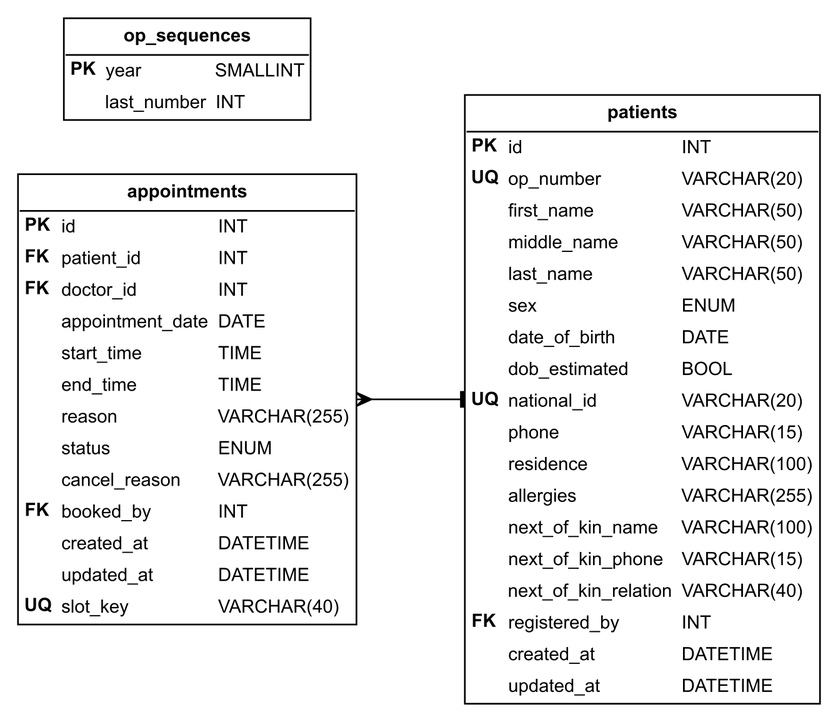
Earlier version of the Graphviz export docs/figures/erd_m1.png (WAIYAH/ub-hms). Its source is kept beside it as docs/build/diagrams_src/erd_m1.dot. Its diagram source:
```dot
digraph erd_m1 {
  graph [fontname="Arial", fontsize=12, bgcolor="white", pad="0.15"];
  node  [fontname="Arial", fontsize=11, color="black", fontcolor="black"];
  edge  [fontname="Arial", fontsize=10, color="black", fontcolor="black", arrowsize=0.9];
  rankdir=LR; nodesep=0.45; ranksep=0.9;
  patients [shape=none, margin=0, label=<<TABLE BORDER="1" CELLBORDER="0" CELLSPACING="0" CELLPADDING="3"><TR><TD COLSPAN="3" SIDES="B" BORDER="1" ALIGN="CENTER"><B>patients</B></TD></TR><TR><TD ALIGN="LEFT"><B>PK</B></TD><TD ALIGN="LEFT">id</TD><TD ALIGN="LEFT">INT</TD></TR><TR><TD ALIGN="LEFT"><B>UQ</B></TD><TD ALIGN="LEFT">op_number</TD><TD ALIGN="LEFT">VARCHAR(20)</TD></TR><TR><TD ALIGN="LEFT">&nbsp;</TD><TD ALIGN="LEFT">first_name</TD><TD ALIGN="LEFT">VARCHAR(50)</TD></TR><TR><TD ALIGN="LEFT">&nbsp;</TD><TD ALIGN="LEFT">middle_name</TD><TD ALIGN="LEFT">VARCHAR(50)</TD></TR><TR><TD ALIGN="LEFT">&nbsp;</TD><TD ALIGN="LEFT">last_name</TD><TD ALIGN="LEFT">VARCHAR(50)</TD></TR><TR><TD ALIGN="LEFT">&nbsp;</TD><TD ALIGN="LEFT">sex</TD><TD ALIGN="LEFT">ENUM</TD></TR><TR><TD ALIGN="LEFT">&nbsp;</TD><TD ALIGN="LEFT">date_of_birth</TD><TD ALIGN="LEFT">DATE</TD></TR><TR><TD ALIGN="LEFT">&nbsp;</TD><TD ALIGN="LEFT">dob_estimated</TD><TD ALIGN="LEFT">BOOL</TD></TR><TR><TD ALIGN="LEFT"><B>UQ</B></TD><TD ALIGN="LEFT">national_id</TD><TD ALIGN="LEFT">VARCHAR(20)</TD></TR><TR><TD ALIGN="LEFT">&nbsp;</TD><TD ALIGN="LEFT">phone</TD><TD ALIGN="LEFT">VARCHAR(15)</TD></TR><TR><TD ALIGN="LEFT">&nbsp;</TD><TD ALIGN="LEFT">residence</TD><TD ALIGN="LEFT">VARCHAR(100)</TD></TR><TR><TD ALIGN="LEFT">&nbsp;</TD><TD ALIGN="LEFT">allergies</TD><TD ALIGN="LEFT">VARCHAR(255)</TD></TR><TR><TD ALIGN="LEFT">&nbsp;</TD><TD ALIGN="LEFT">next_of_kin_name</TD><TD ALIGN="LEFT">VARCHAR(100)</TD></TR><TR><TD ALIGN="LEFT">&nbsp;</TD><TD ALIGN="LEFT">next_of_kin_phone</TD><TD ALIGN="LEFT">VARCHAR(15)</TD></TR><TR><TD ALIGN="LEFT">&nbsp;</TD><TD ALIGN="LEFT">next_of_kin_relation</TD><TD ALIGN="LEFT">VARCHAR(40)</TD></TR><TR><TD ALIGN="LEFT"><B>FK</B></TD><TD ALIGN="LEFT">registered_by</TD><TD ALIGN="LEFT">INT</TD></TR><TR><TD ALIGN="LEFT">&nbsp;</TD><TD ALIGN="LEFT">created_at</TD><TD ALIGN="LEFT">DATETIME</TD></TR><TR><TD ALIGN="LEFT">&nbsp;</TD><TD ALIGN="LEFT">updated_at</TD><TD ALIGN="LEFT">DATETIME</TD></TR></TABLE>>];
  op_sequences [shape=none, margin=0, label=<<TABLE BORDER="1" CELLBORDER="0" CELLSPACING="0" CELLPADDING="3"><TR><TD COLSPAN="3" SIDES="B" BORDER="1" ALIGN="CENTER"><B>op_sequences</B></TD></TR><TR><TD ALIGN="LEFT"><B>PK</B></TD><TD ALIGN="LEFT">year</TD><TD ALIGN="LEFT">SMALLINT</TD></TR><TR><TD ALIGN="LEFT">&nbsp;</TD><TD ALIGN="LEFT">last_number</TD><TD ALIGN="LEFT">INT</TD></TR></TABLE>>];
  appointments [shape=none, margin=0, label=<<TABLE BORDER="1" CELLBORDER="0" CELLSPACING="0" CELLPADDING="3"><TR><TD COLSPAN="3" SIDES="B" BORDER="1" ALIGN="CENTER"><B>appointments</B></TD></TR><TR><TD ALIGN="LEFT"><B>PK</B></TD><TD ALIGN="LEFT">id</TD><TD ALIGN="LEFT">INT</TD></TR><TR><TD ALIGN="LEFT"><B>FK</B></TD><TD ALIGN="LEFT">patient_id</TD><TD ALIGN="LEFT">INT</TD></TR><TR><TD ALIGN="LEFT"><B>FK</B></TD><TD ALIGN="LEFT">doctor_id</TD><TD ALIGN="LEFT">INT</TD></TR><TR><TD ALIGN="LEFT">&nbsp;</TD><TD ALIGN="LEFT">appointment_date</TD><TD ALIGN="LEFT">DATE</TD></TR><TR><TD ALIGN="LEFT">&nbsp;</TD><TD ALIGN="LEFT">start_time</TD><TD ALIGN="LEFT">TIME</TD></TR><TR><TD ALIGN="LEFT">&nbsp;</TD><TD ALIGN="LEFT">end_time</TD><TD ALIGN="LEFT">TIME</TD></TR><TR><TD ALIGN="LEFT">&nbsp;</TD><TD ALIGN="LEFT">reason</TD><TD ALIGN="LEFT">VARCHAR(255)</TD></TR><TR><TD ALIGN="LEFT">&nbsp;</TD><TD ALIGN="LEFT">status</TD><TD ALIGN="LEFT">ENUM</TD></TR><TR><TD ALIGN="LEFT">&nbsp;</TD><TD ALIGN="LEFT">cancel_reason</TD><TD ALIGN="LEFT">VARCHAR(255)</TD></TR><TR><TD ALIGN="LEFT"><B>FK</B></TD><TD ALIGN="LEFT">booked_by</TD><TD ALIGN="LEFT">INT</TD></TR><TR><TD ALIGN="LEFT">&nbsp;</TD><TD ALIGN="LEFT">created_at</TD><TD ALIGN="LEFT">DATETIME</TD></TR><TR><TD ALIGN="LEFT">&nbsp;</TD><TD ALIGN="LEFT">updated_at</TD><TD ALIGN="LEFT">DATETIME</TD></TR><TR><TD ALIGN="LEFT"><B>UQ</B></TD><TD ALIGN="LEFT">slot_key</TD><TD ALIGN="LEFT">VARCHAR(40)</TD></TR></TABLE>>];
  appointments -> patients [arrowtail=crow, arrowhead=tee, dir=both];
}
```
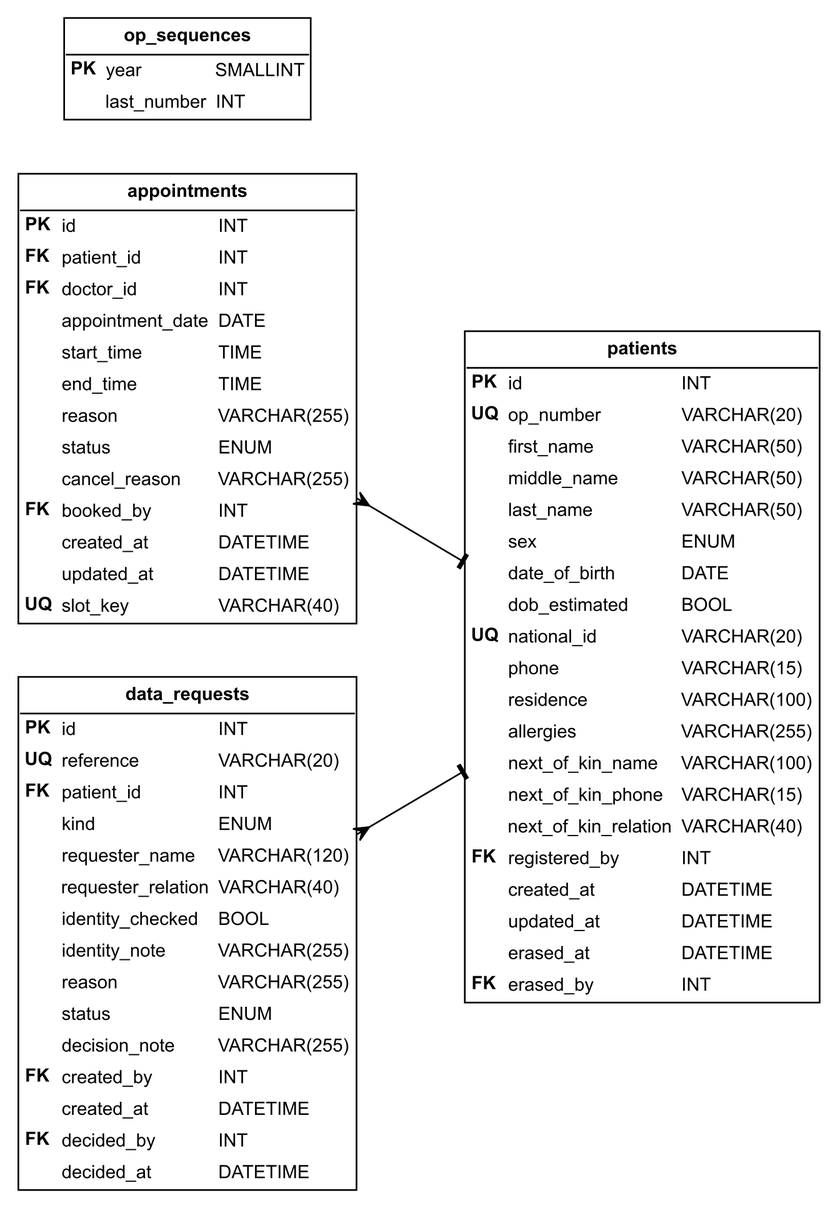
After the commit.

The edit, as a diff of the source:
```diff
@@ -3,8 +3,10 @@
   node  [fontname="Arial", fontsize=11, color="black", fontcolor="black"];
   edge  [fontname="Arial", fontsize=10, color="black", fontcolor="black", arrowsize=0.9];
   rankdir=LR; nodesep=0.45; ranksep=0.9;
-  patients [shape=none, margin=0, label=<<TABLE BORDER="1" CELLBORDER="0" CELLSPACING="0" CELLPADDING="3"><TR><TD COLSPAN="3" SIDES="B" BORDER="1" ALIGN="CENTER"><B>patients</B></TD></TR><TR><TD ALIGN="LEFT"><B>PK</B></TD><TD ALIGN="LEFT">id</TD><TD ALIGN="LEFT">INT</TD></TR><TR><TD ALIGN="LEFT"><B>UQ</B></TD><TD ALIGN="LEFT">op_number</TD><TD ALIGN="LEFT">VARCHAR(20)</TD></TR><TR><TD ALIGN="LEFT">&nbsp;</TD><TD ALIGN="LEFT">first_name</TD><TD ALIGN="LEFT">VARCHAR(50)</TD></TR><TR><TD ALIGN="LEFT">&nbsp;</TD><TD ALIGN="LEFT">middle_name</TD><TD ALIGN="LEFT">VARCHAR(50)</TD></TR><TR><TD ALIGN="LEFT">&nbsp;</TD><TD ALIGN="LEFT">last_name</TD><TD ALIGN="LEFT">VARCHAR(50)</TD></TR><TR><TD ALIGN="LEFT">&nbsp;</TD><TD ALIGN="LEFT">sex</TD><TD ALIGN="LEFT">ENUM</TD></TR><TR><TD ALIGN="LEFT">&nbsp;</TD><TD ALIGN="LEFT">date_of_birth</TD><TD ALIGN="LEFT">DATE</TD></TR><TR><TD ALIGN="LEFT">&nbsp;</TD><TD ALIGN="LEFT">dob_estimated</TD><TD ALIGN="LEFT">BOOL</TD></TR><TR><TD ALIGN="LEFT"><B>UQ</B></TD><TD ALIGN="LEFT">national_id</TD><TD ALIGN="LEFT">VARCHAR(20)</TD></TR><TR><TD ALIGN="LEFT">&nbsp;</TD><TD ALIGN="LEFT">phone</TD><TD ALIGN="LEFT">VARCHAR(15)</TD></TR><TR><TD ALIGN="LEFT">&nbsp;</TD><TD ALIGN="LEFT">residence</TD><TD ALIGN="LEFT">VARCHAR(100)</TD></TR><TR><TD ALIGN="LEFT">&nbsp;</TD><TD ALIGN="LEFT">allergies</TD><TD ALIGN="LEFT">VARCHAR(255)</TD></TR><TR><TD ALIGN="LEFT">&nbsp;</TD><TD ALIGN="LEFT">next_of_kin_name</TD><TD ALIGN="LEFT">VARCHAR(100)</TD></TR><TR><TD ALIGN="LEFT">&nbsp;</TD><TD ALIGN="LEFT">next_of_kin_phone</TD><TD ALIGN="LEFT">VARCHAR(15)</TD></TR><TR><TD ALIGN="LEFT">&nbsp;</TD><TD ALIGN="LEFT">next_of_kin_relation</TD><TD ALIGN="LEFT">VARCHAR(40)</TD></TR><TR><TD ALIGN="LEFT"><B>FK</B></TD><TD ALIGN="LEFT">registered_by</TD><TD ALIGN="LEFT">INT</TD></TR><TR><TD ALIGN="LEFT">&nbsp;</TD><TD ALIGN="LEFT">created_at</TD><TD ALIGN="LEFT">DATETIME</TD></TR><TR><TD ALIGN="LEFT">&nbsp;</TD><TD ALIGN="LEFT">updated_at</TD><TD ALIGN="LEFT">DATETIME</TD></TR></TABLE>>];
+  patients [shape=none, margin=0, label=<<TABLE BORDER="1" CELLBORDER="0" CELLSPACING="0" CELLPADDING="3"><TR><TD COLSPAN="3" SIDES="B" BORDER="1" ALIGN="CENTER"><B>patients</B></TD></TR><TR><TD ALIGN="LEFT"><B>PK</B></TD><TD ALIGN="LEFT">id</TD><TD ALIGN="LEFT">INT</TD></TR><TR><TD ALIGN="LEFT"><B>UQ</B></TD><TD ALIGN="LEFT">op_number</TD><TD ALIGN="LEFT">VARCHAR(20)</TD></TR><TR><TD ALIGN="LEFT">&nbsp;</TD><TD ALIGN="LEFT">first_name</TD><TD ALIGN="LEFT">VARCHAR(50)</TD></TR><TR><TD ALIGN="LEFT">&nbsp;</TD><TD ALIGN="LEFT">middle_name</TD><TD ALIGN="LEFT">VARCHAR(50)</TD></TR><TR><TD ALIGN="LEFT">&nbsp;</TD><TD ALIGN="LEFT">last_name</TD><TD ALIGN="LEFT">VARCHAR(50)</TD></TR><TR><TD ALIGN="LEFT">&nbsp;</TD><TD ALIGN="LEFT">sex</TD><TD ALIGN="LEFT">ENUM</TD></TR><TR><TD ALIGN="LEFT">&nbsp;</TD><TD ALIGN="LEFT">date_of_birth</TD><TD ALIGN="LEFT">DATE</TD></TR><TR><TD ALIGN="LEFT">&nbsp;</TD><TD ALIGN="LEFT">dob_estimated</TD><TD ALIGN="LEFT">BOOL</TD></TR><TR><TD ALIGN="LEFT"><B>UQ</B></TD><TD ALIGN="LEFT">national_id</TD><TD ALIGN="LEFT">VARCHAR(20)</TD></TR><TR><TD ALIGN="LEFT">&nbsp;</TD><TD ALIGN="LEFT">phone</TD><TD ALIGN="LEFT">VARCHAR(15)</TD></TR><TR><TD ALIGN="LEFT">&nbsp;</TD><TD ALIGN="LEFT">residence</TD><TD ALIGN="LEFT">VARCHAR(100)</TD></TR><TR><TD ALIGN="LEFT">&nbsp;</TD><TD ALIGN="LEFT">allergies</TD><TD ALIGN="LEFT">VARCHAR(255)</TD></TR><TR><TD ALIGN="LEFT">&nbsp;</TD><TD ALIGN="LEFT">next_of_kin_name</TD><TD ALIGN="LEFT">VARCHAR(100)</TD></TR><TR><TD ALIGN="LEFT">&nbsp;</TD><TD ALIGN="LEFT">next_of_kin_phone</TD><TD ALIGN="LEFT">VARCHAR(15)</TD></TR><TR><TD ALIGN="LEFT">&nbsp;</TD><TD ALIGN="LEFT">next_of_kin_relation</TD><TD ALIGN="LEFT">VARCHAR(40)</TD></TR><TR><TD ALIGN="LEFT"><B>FK</B></TD><TD ALIGN="LEFT">registered_by</TD><TD ALIGN="LEFT">INT</TD></TR><TR><TD ALIGN="LEFT">&nbsp;</TD><TD ALIGN="LEFT">created_at</TD><TD ALIGN="LEFT">DATETIME</TD></TR><TR><TD ALIGN="LEFT">&nbsp;</TD><TD ALIGN="LEFT">updated_at</TD><TD ALIGN="LEFT">DATETIME</TD></TR><TR><TD ALIGN="LEFT">&nbsp;</TD><TD ALIGN="LEFT">erased_at</TD><TD ALIGN="LEFT">DATETIME</TD></TR><TR><TD ALIGN="LEFT"><B>FK</B></TD><TD ALIGN="LEFT">erased_by</TD><TD ALIGN="LEFT">INT</TD></TR></TABLE>>];
   op_sequences [shape=none, margin=0, label=<<TABLE BORDER="1" CELLBORDER="0" CELLSPACING="0" CELLPADDING="3"><TR><TD COLSPAN="3" SIDES="B" BORDER="1" ALIGN="CENTER"><B>op_sequences</B></TD></TR><TR><TD ALIGN="LEFT"><B>PK</B></TD><TD ALIGN="LEFT">year</TD><TD ALIGN="LEFT">SMALLINT</TD></TR><TR><TD ALIGN="LEFT">&nbsp;</TD><TD ALIGN="LEFT">last_number</TD><TD ALIGN="LEFT">INT</TD></TR></TABLE>>];
   appointments [shape=none, margin=0, label=<<TABLE BORDER="1" CELLBORDER="0" CELLSPACING="0" CELLPADDING="3"><TR><TD COLSPAN="3" SIDES="B" BORDER="1" ALIGN="CENTER"><B>appointments</B></TD></TR><TR><TD ALIGN="LEFT"><B>PK</B></TD><TD ALIGN="LEFT">id</TD><TD ALIGN="LEFT">INT</TD></TR><TR><TD ALIGN="LEFT"><B>FK</B></TD><TD ALIGN="LEFT">patient_id</TD><TD ALIGN="LEFT">INT</TD></TR><TR><TD ALIGN="LEFT"><B>FK</B></TD><TD ALIGN="LEFT">doctor_id</TD><TD ALIGN="LEFT">INT</TD></TR><TR><TD ALIGN="LEFT">&nbsp;</TD><TD ALIGN="LEFT">appointment_date</TD><TD ALIGN="LEFT">DATE</TD></TR><TR><TD ALIGN="LEFT">&nbsp;</TD><TD ALIGN="LEFT">start_time</TD><TD ALIGN="LEFT">TIME</TD></TR><TR><TD ALIGN="LEFT">&nbsp;</TD><TD ALIGN="LEFT">end_time</TD><TD ALIGN="LEFT">TIME</TD></TR><TR><TD ALIGN="LEFT">&nbsp;</TD><TD ALIGN="LEFT">reason</TD><TD ALIGN="LEFT">VARCHAR(255)</TD></TR><TR><TD ALIGN="LEFT">&nbsp;</TD><TD ALIGN="LEFT">status</TD><TD ALIGN="LEFT">ENUM</TD></TR><TR><TD ALIGN="LEFT">&nbsp;</TD><TD ALIGN="LEFT">cancel_reason</TD><TD ALIGN="LEFT">VARCHAR(255)</TD></TR><TR><TD ALIGN="LEFT"><B>FK</B></TD><TD ALIGN="LEFT">booked_by</TD><TD ALIGN="LEFT">INT</TD></TR><TR><TD ALIGN="LEFT">&nbsp;</TD><TD ALIGN="LEFT">created_at</TD><TD ALIGN="LEFT">DATETIME</TD></TR><TR><TD ALIGN="LEFT">&nbsp;</TD><TD ALIGN="LEFT">updated_at</TD><TD ALIGN="LEFT">DATETIME</TD></TR><TR><TD ALIGN="LEFT"><B>UQ</B></TD><TD ALIGN="LEFT">slot_key</TD><TD ALIGN="LEFT">VARCHAR(40)</TD></TR></TABLE>>];
+  data_requests [shape=none, margin=0, label=<<TABLE BORDER="1" CELLBORDER="0" CELLSPACING="0" CELLPADDING="3"><TR><TD COLSPAN="3" SIDES="B" BORDER="1" ALIGN="CENTER"><B>data_requests</B></TD></TR><TR><TD ALIGN="LEFT"><B>PK</B></TD><TD ALIGN="LEFT">id</TD><TD ALIGN="LEFT">INT</TD></TR><TR><TD ALIGN="LEFT"><B>UQ</B></TD><TD ALIGN="LEFT">reference</TD><TD ALIGN="LEFT">VARCHAR(20)</TD></TR><TR><TD ALIGN="LEFT"><B>FK</B></TD><TD ALIGN="LEFT">patient_id</TD><TD ALIGN="LEFT">INT</TD></TR><TR><TD ALIGN="LEFT">&nbsp;</TD><TD ALIGN="LEFT">kind</TD><TD ALIGN="LEFT">ENUM</TD></TR><TR><TD ALIGN="LEFT">&nbsp;</TD><TD ALIGN="LEFT">requester_name</TD><TD ALIGN="LEFT">VARCHAR(120)</TD></TR><TR><TD ALIGN="LEFT">&nbsp;</TD><TD ALIGN="LEFT">requester_relation</TD><TD ALIGN="LEFT">VARCHAR(40)</TD></TR><TR><TD ALIGN="LEFT">&nbsp;</TD><TD ALIGN="LEFT">identity_checked</TD><TD ALIGN="LEFT">BOOL</TD></TR><TR><TD ALIGN="LEFT">&nbsp;</TD><TD ALIGN="LEFT">identity_note</TD><TD ALIGN="LEFT">VARCHAR(255)</TD></TR><TR><TD ALIGN="LEFT">&nbsp;</TD><TD ALIGN="LEFT">reason</TD><TD ALIGN="LEFT">VARCHAR(255)</TD></TR><TR><TD ALIGN="LEFT">&nbsp;</TD><TD ALIGN="LEFT">status</TD><TD ALIGN="LEFT">ENUM</TD></TR><TR><TD ALIGN="LEFT">&nbsp;</TD><TD ALIGN="LEFT">decision_note</TD><TD ALIGN="LEFT">VARCHAR(255)</TD></TR><TR><TD ALIGN="LEFT"><B>FK</B></TD><TD ALIGN="LEFT">created_by</TD><TD ALIGN="LEFT">INT</TD></TR><TR><TD ALIGN="LEFT">&nbsp;</TD><TD ALIGN="LEFT">created_at</TD><TD ALIGN="LEFT">DATETIME</TD></TR><TR><TD ALIGN="LEFT"><B>FK</B></TD><TD ALIGN="LEFT">decided_by</TD><TD ALIGN="LEFT">INT</TD></TR><TR><TD ALIGN="LEFT">&nbsp;</TD><TD ALIGN="LEFT">decided_at</TD><TD ALIGN="LEFT">DATETIME</TD></TR></TABLE>>];
   appointments -> patients [arrowtail=crow, arrowhead=tee, dir=both];
+  data_requests -> patients [arrowtail=crow, arrowhead=tee, dir=both];
 }
```
